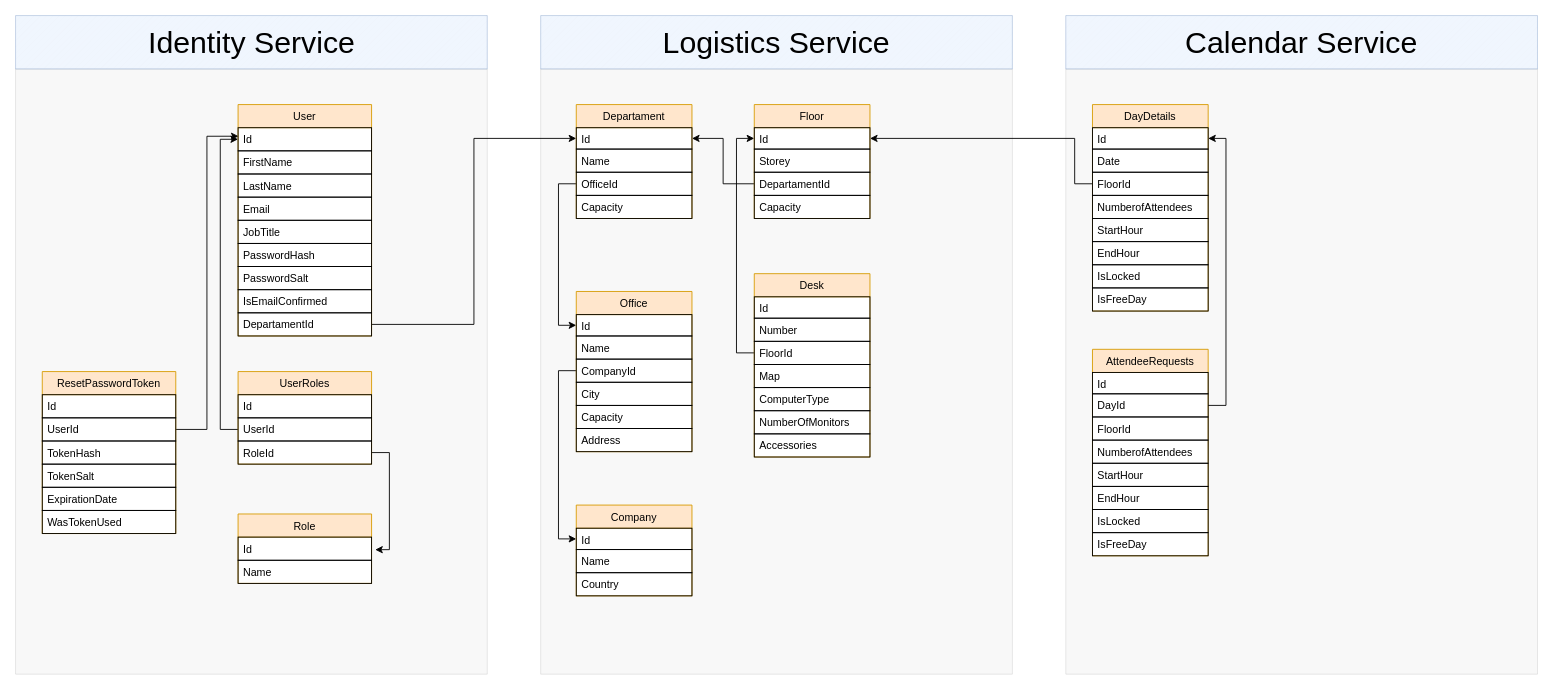
Earlier version of the draw.io diagram Koala DB.drawio (dariusmunteanu/Diagrams). Source tidied: cells renumbered, new cells numbered last; positions are measured from the earlier drawing's top-left corner, leaving out a move shared by most shapes. Both pictures are drawn from the tidied source at 89%, with x=0, y=0 at pixel (15, 15).
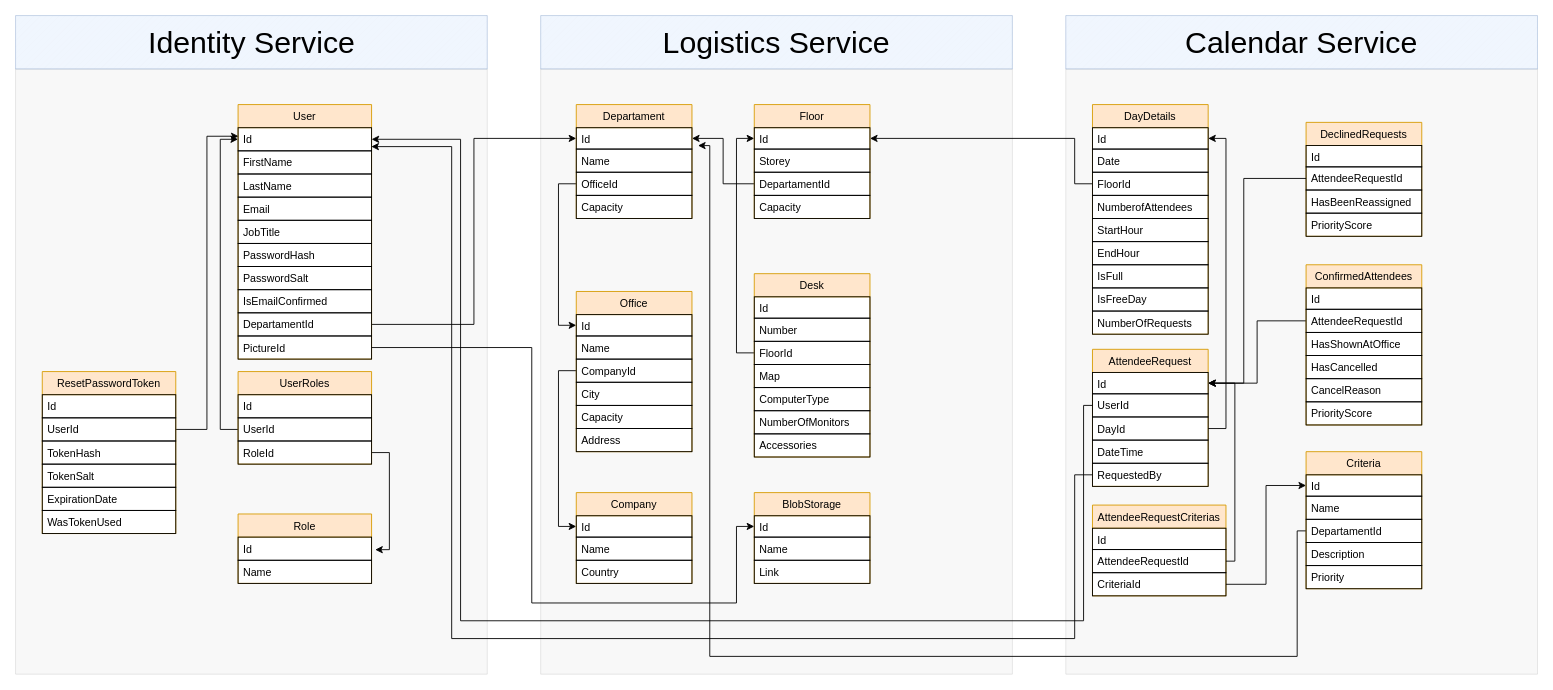
The same diagram, later.

Unchanged cells that the change refers to:
```xml
<mxCell id="21" value="Id" style="text;fillColor=none;align=left;verticalAlign=top;spacingLeft=4;spacingRight=4;overflow=hidden;points=[[0,0.5],[1,0.5]];portConstraint=eastwest;strokeColor=#000000;" parent="20" vertex="1">
  <mxGeometry y="26" width="150" height="26" as="geometry" />
</mxCell>
<mxCell id="45" value="Id" style="text;fillColor=none;align=left;verticalAlign=top;spacingLeft=4;spacingRight=4;overflow=hidden;points=[[0,0.5],[1,0.5]];portConstraint=eastwest;strokeColor=#000000;" parent="44" vertex="1">
  <mxGeometry y="26" width="130" height="24" as="geometry" />
</mxCell>
<mxCell id="61" value="Id" style="text;fillColor=none;align=left;verticalAlign=top;spacingLeft=4;spacingRight=4;overflow=hidden;points=[[0,0.5],[1,0.5]];portConstraint=eastwest;strokeColor=#000000;" parent="60" vertex="1">
  <mxGeometry y="26" width="130" height="24" as="geometry" />
</mxCell>
<mxCell id="83" value="Id" style="text;fillColor=none;align=left;verticalAlign=top;spacingLeft=4;spacingRight=4;overflow=hidden;points=[[0,0.5],[1,0.5]];portConstraint=eastwest;strokeColor=#000000;" parent="82" vertex="1">
  <mxGeometry y="26" width="130" height="24" as="geometry" />
</mxCell>
```

The edit, as a diff of the source:
```diff
@@
     <mxCell id="20" value="User" style="swimlane;fontStyle=0;horizontal=1;startSize=26;fillColor=#ffe6cc;swimlaneFillColor=#ffffff;rounded=0;strokeColor=#d79b00;" parent="1" vertex="1">
-      <mxGeometry x="250" y="100" width="150" height="260" as="geometry" />
+      <mxGeometry x="250" y="100" width="150" height="286" as="geometry" />
     </mxCell>
@@
+    <mxCell id="92" value="PictureId" style="text;fillColor=none;align=left;verticalAlign=top;spacingLeft=4;spacingRight=4;overflow=hidden;points=[[0,0.5],[1,0.5]];portConstraint=eastwest;strokeColor=#000000;" parent="20" vertex="1">
+      <mxGeometry y="260" width="150" height="26" as="geometry" />
+    </mxCell>
@@
-    <mxCell id="56" value="Company" style="swimlane;fontStyle=0;horizontal=1;startSize=26;fillColor=#ffe6cc;swimlaneFillColor=#ffffff;rounded=0;strokeColor=#d79b00;" parent="1" vertex="1">
-      <mxGeometry x="630" y="550" width="130" height="102" as="geometry" />
-    </mxCell>
-    <mxCell id="57" value="Id" style="text;fillColor=none;align=left;verticalAlign=top;spacingLeft=4;spacingRight=4;overflow=hidden;points=[[0,0.5],[1,0.5]];portConstraint=eastwest;strokeColor=#000000;" parent="56" vertex="1">
-      <mxGeometry y="26" width="130" height="24" as="geometry" />
-    </mxCell>
-    <mxCell id="58" value="Name" style="text;fillColor=none;align=left;verticalAlign=top;spacingLeft=4;spacingRight=4;overflow=hidden;strokeColor=#000000;" parent="56" vertex="1">
-      <mxGeometry y="50" width="130" height="26" as="geometry" />
-    </mxCell>
-    <mxCell id="59" value="Country" style="text;fillColor=none;align=left;verticalAlign=top;spacingLeft=4;spacingRight=4;overflow=hidden;strokeColor=#000000;" parent="56" vertex="1">
-      <mxGeometry y="76" width="130" height="26" as="geometry" />
-    </mxCell>
     <mxCell id="60" value="DayDetails" style="swimlane;fontStyle=0;horizontal=1;startSize=26;fillColor=#ffe6cc;swimlaneFillColor=#ffffff;rounded=0;strokeColor=#d79b00;" parent="1" vertex="1">
-      <mxGeometry x="1210" y="100" width="130" height="232" as="geometry" />
+      <mxGeometry x="1210" y="100" width="130" height="258" as="geometry" />
     </mxCell>
@@
-    <mxCell id="67" value="IsLocked" style="text;fillColor=none;align=left;verticalAlign=top;spacingLeft=4;spacingRight=4;overflow=hidden;strokeColor=#000000;" parent="60" vertex="1">
+    <mxCell id="67" value="IsFull" style="text;fillColor=none;align=left;verticalAlign=top;spacingLeft=4;spacingRight=4;overflow=hidden;strokeColor=#000000;" parent="60" vertex="1">
       <mxGeometry y="180" width="130" height="26" as="geometry" />
     </mxCell>
@@
+    <mxCell id="93" value="NumberOfRequests" style="text;fillColor=none;align=left;verticalAlign=top;spacingLeft=4;spacingRight=4;overflow=hidden;strokeColor=#000000;" parent="60" vertex="1">
+      <mxGeometry y="232" width="130" height="26" as="geometry" />
+    </mxCell>
@@
-    <mxCell id="82" value="AttendeeRequests" style="swimlane;fontStyle=0;horizontal=1;startSize=26;fillColor=#ffe6cc;swimlaneFillColor=#ffffff;rounded=0;strokeColor=#d79b00;" parent="1" vertex="1">
-      <mxGeometry x="1210" y="375" width="130" height="232" as="geometry" />
+    <mxCell id="82" value="AttendeeRequest" style="swimlane;fontStyle=0;horizontal=1;startSize=26;fillColor=#ffe6cc;swimlaneFillColor=#ffffff;rounded=0;strokeColor=#d79b00;" parent="1" vertex="1">
+      <mxGeometry x="1210" y="375" width="130" height="154" as="geometry" />
     </mxCell>
@@
+    <mxCell id="86" value="UserId" style="text;fillColor=none;align=left;verticalAlign=top;spacingLeft=4;spacingRight=4;overflow=hidden;points=[[0,0.5],[1,0.5]];portConstraint=eastwest;strokeColor=#000000;" parent="82" vertex="1">
+      <mxGeometry y="50" width="130" height="26" as="geometry" />
+    </mxCell>
     <mxCell id="84" value="DayId" style="text;fillColor=none;align=left;verticalAlign=top;spacingLeft=4;spacingRight=4;overflow=hidden;points=[[0,0.5],[1,0.5]];portConstraint=eastwest;strokeColor=#000000;" parent="82" vertex="1">
-      <mxGeometry y="50" width="130" height="26" as="geometry" />
+      <mxGeometry y="76" width="130" height="26" as="geometry" />
     </mxCell>
-    <mxCell id="85" value="FloorId" style="text;fillColor=none;align=left;verticalAlign=top;spacingLeft=4;spacingRight=4;overflow=hidden;strokeColor=#000000;" parent="82" vertex="1">
-      <mxGeometry y="76" width="130" height="26" as="geometry" />
+    <mxCell id="85" value="DateTime" style="text;fillColor=none;align=left;verticalAlign=top;spacingLeft=4;spacingRight=4;overflow=hidden;strokeColor=#000000;" parent="82" vertex="1">
+      <mxGeometry y="102" width="130" height="26" as="geometry" />
     </mxCell>
-    <mxCell id="86" value="NumberofAttendees" style="text;fillColor=none;align=left;verticalAlign=top;spacingLeft=4;spacingRight=4;overflow=hidden;points=[[0,0.5],[1,0.5]];portConstraint=eastwest;strokeColor=#000000;" parent="82" vertex="1">
-      <mxGeometry y="102" width="130" height="26" as="geometry" />
-    </mxCell>
-    <mxCell id="87" value="StartHour" style="text;fillColor=none;align=left;verticalAlign=top;spacingLeft=4;spacingRight=4;overflow=hidden;points=[[0,0.5],[1,0.5]];portConstraint=eastwest;strokeColor=#000000;" parent="82" vertex="1">
+    <mxCell id="87" value="RequestedBy" style="text;fillColor=none;align=left;verticalAlign=top;spacingLeft=4;spacingRight=4;overflow=hidden;points=[[0,0.5],[1,0.5]];portConstraint=eastwest;strokeColor=#000000;" parent="82" vertex="1">
       <mxGeometry y="128" width="130" height="26" as="geometry" />
     </mxCell>
-    <mxCell id="88" value="EndHour" style="text;fillColor=none;align=left;verticalAlign=top;spacingLeft=4;spacingRight=4;overflow=hidden;strokeColor=#000000;" parent="82" vertex="1">
-      <mxGeometry y="154" width="130" height="26" as="geometry" />
-    </mxCell>
-    <mxCell id="89" value="IsLocked" style="text;fillColor=none;align=left;verticalAlign=top;spacingLeft=4;spacingRight=4;overflow=hidden;strokeColor=#000000;" parent="82" vertex="1">
-      <mxGeometry y="180" width="130" height="26" as="geometry" />
-    </mxCell>
-    <mxCell id="90" value="IsFreeDay" style="text;fillColor=none;align=left;verticalAlign=top;spacingLeft=4;spacingRight=4;overflow=hidden;strokeColor=#000000;" parent="82" vertex="1">
-      <mxGeometry y="206" width="130" height="26" as="geometry" />
-    </mxCell>
     <mxCell id="91" style="edgeStyle=orthogonalEdgeStyle;rounded=0;jettySize=auto;html=1;entryX=1;entryY=0.5;entryDx=0;entryDy=0;fontSize=34;" parent="1" edge="1" source="84" target="61">
       <mxGeometry relative="1" as="geometry">
         <Array as="points">
-          <mxPoint x="1360" y="438" />
+          <mxPoint x="1360" y="464" />
           <mxPoint x="1360" y="138" />
         </Array>
       </mxGeometry>
     </mxCell>
+    <mxCell id="94" style="edgeStyle=orthogonalEdgeStyle;rounded=0;jettySize=auto;html=1;entryX=1;entryY=0.5;entryDx=0;entryDy=0;fontSize=34;" parent="1" edge="1" source="86" target="21">
+      <mxGeometry relative="1" as="geometry">
+        <Array as="points">
+          <mxPoint x="1200" y="438" />
+          <mxPoint x="1200" y="680" />
+          <mxPoint x="500" y="680" />
+          <mxPoint x="500" y="139" />
+        </Array>
+      </mxGeometry>
+    </mxCell>
+    <mxCell id="95" style="edgeStyle=orthogonalEdgeStyle;rounded=0;jettySize=auto;html=1;entryX=0.998;entryY=0.817;entryDx=0;entryDy=0;entryPerimeter=0;fontSize=34;" parent="1" edge="1" source="87" target="21">
+      <mxGeometry relative="1" as="geometry">
+        <Array as="points">
+          <mxPoint x="1190" y="516" />
+          <mxPoint x="1190" y="700" />
+          <mxPoint x="490" y="700" />
+          <mxPoint x="490" y="147" />
+        </Array>
+      </mxGeometry>
+    </mxCell>
+    <mxCell id="96" value="AttendeeRequestCriterias" style="swimlane;fontStyle=0;horizontal=1;startSize=26;fillColor=#ffe6cc;swimlaneFillColor=#ffffff;rounded=0;strokeColor=#d79b00;" parent="1" vertex="1">
+      <mxGeometry x="1210" y="550" width="150" height="102" as="geometry" />
+    </mxCell>
+    <mxCell id="97" value="Id" style="text;fillColor=none;align=left;verticalAlign=top;spacingLeft=4;spacingRight=4;overflow=hidden;strokeColor=#000000;" parent="96" vertex="1">
+      <mxGeometry y="26" width="150" height="24" as="geometry" />
+    </mxCell>
+    <mxCell id="98" value="AttendeeRequestId" style="text;fillColor=none;align=left;verticalAlign=top;spacingLeft=4;spacingRight=4;overflow=hidden;points=[[0,0.5],[1,0.5]];portConstraint=eastwest;strokeColor=#000000;" parent="96" vertex="1">
+      <mxGeometry y="50" width="150" height="26" as="geometry" />
+    </mxCell>
+    <mxCell id="99" value="CriteriaId" style="text;fillColor=none;align=left;verticalAlign=top;spacingLeft=4;spacingRight=4;overflow=hidden;points=[[0,0.5],[1,0.5]];portConstraint=eastwest;strokeColor=#000000;" parent="96" vertex="1">
+      <mxGeometry y="76" width="150" height="26" as="geometry" />
+    </mxCell>
+    <mxCell id="100" style="edgeStyle=orthogonalEdgeStyle;rounded=0;jettySize=auto;html=1;entryX=1.052;entryY=0.836;entryDx=0;entryDy=0;entryPerimeter=0;fontSize=34;" parent="1" edge="1" source="106" target="45">
+      <mxGeometry relative="1" as="geometry">
+        <Array as="points">
+          <mxPoint x="1440" y="579" />
+          <mxPoint x="1440" y="720" />
+          <mxPoint x="780" y="720" />
+          <mxPoint x="780" y="146" />
+        </Array>
+      </mxGeometry>
+    </mxCell>
+    <mxCell id="101" style="edgeStyle=orthogonalEdgeStyle;rounded=0;jettySize=auto;html=1;entryX=1;entryY=0.5;entryDx=0;entryDy=0;fontSize=34;" parent="1" edge="1" source="98" target="83">
+      <mxGeometry relative="1" as="geometry">
+        <Array as="points">
+          <mxPoint x="1370" y="613" />
+          <mxPoint x="1370" y="413" />
+        </Array>
+      </mxGeometry>
+    </mxCell>
+    <mxCell id="102" style="edgeStyle=orthogonalEdgeStyle;rounded=0;jettySize=auto;html=1;entryX=0;entryY=0.5;entryDx=0;entryDy=0;fontSize=34;" parent="1" edge="1" source="99" target="104">
+      <mxGeometry relative="1" as="geometry" />
+    </mxCell>
+    <mxCell id="103" value="Criteria" style="swimlane;fontStyle=0;horizontal=1;startSize=26;fillColor=#ffe6cc;swimlaneFillColor=#ffffff;rounded=0;strokeColor=#d79b00;" parent="1" vertex="1">
+      <mxGeometry x="1450" y="490" width="130" height="154" as="geometry" />
+    </mxCell>
+    <mxCell id="104" value="Id" style="text;fillColor=none;align=left;verticalAlign=top;spacingLeft=4;spacingRight=4;overflow=hidden;points=[[0,0.5],[1,0.5]];portConstraint=eastwest;strokeColor=#000000;" parent="103" vertex="1">
+      <mxGeometry y="26" width="130" height="24" as="geometry" />
+    </mxCell>
+    <mxCell id="105" value="Name" style="text;fillColor=none;align=left;verticalAlign=top;spacingLeft=4;spacingRight=4;overflow=hidden;strokeColor=#000000;" parent="103" vertex="1">
+      <mxGeometry y="50" width="130" height="26" as="geometry" />
+    </mxCell>
+    <mxCell id="106" value="DepartamentId" style="text;fillColor=none;align=left;verticalAlign=top;spacingLeft=4;spacingRight=4;overflow=hidden;points=[[0,0.5],[1,0.5]];portConstraint=eastwest;strokeColor=#000000;" parent="103" vertex="1">
+      <mxGeometry y="76" width="130" height="26" as="geometry" />
+    </mxCell>
+    <mxCell id="107" value="Description" style="text;fillColor=none;align=left;verticalAlign=top;spacingLeft=4;spacingRight=4;overflow=hidden;strokeColor=#000000;" parent="103" vertex="1">
+      <mxGeometry y="102" width="130" height="26" as="geometry" />
+    </mxCell>
+    <mxCell id="108" value="Priority" style="text;fillColor=none;align=left;verticalAlign=top;spacingLeft=4;spacingRight=4;overflow=hidden;strokeColor=#000000;" parent="103" vertex="1">
+      <mxGeometry y="128" width="130" height="26" as="geometry" />
+    </mxCell>
+    <mxCell id="109" value="BlobStorage" style="swimlane;fontStyle=0;horizontal=1;startSize=26;fillColor=#ffe6cc;swimlaneFillColor=#ffffff;rounded=0;strokeColor=#d79b00;" parent="1" vertex="1">
+      <mxGeometry x="830" y="536" width="130" height="102" as="geometry" />
+    </mxCell>
+    <mxCell id="110" value="Id" style="text;fillColor=none;align=left;verticalAlign=top;spacingLeft=4;spacingRight=4;overflow=hidden;points=[[0,0.5],[1,0.5]];portConstraint=eastwest;strokeColor=#000000;" parent="109" vertex="1">
+      <mxGeometry y="26" width="130" height="24" as="geometry" />
+    </mxCell>
+    <mxCell id="111" value="Name" style="text;fillColor=none;align=left;verticalAlign=top;spacingLeft=4;spacingRight=4;overflow=hidden;strokeColor=#000000;" parent="109" vertex="1">
+      <mxGeometry y="50" width="130" height="26" as="geometry" />
+    </mxCell>
+    <mxCell id="112" value="Link" style="text;fillColor=none;align=left;verticalAlign=top;spacingLeft=4;spacingRight=4;overflow=hidden;strokeColor=#000000;" parent="109" vertex="1">
+      <mxGeometry y="76" width="130" height="26" as="geometry" />
+    </mxCell>
+    <mxCell id="56" value="Company" style="swimlane;fontStyle=0;horizontal=1;startSize=26;fillColor=#ffe6cc;swimlaneFillColor=#ffffff;rounded=0;strokeColor=#d79b00;" parent="1" vertex="1">
+      <mxGeometry x="630" y="536" width="130" height="102" as="geometry" />
+    </mxCell>
+    <mxCell id="57" value="Id" style="text;fillColor=none;align=left;verticalAlign=top;spacingLeft=4;spacingRight=4;overflow=hidden;points=[[0,0.5],[1,0.5]];portConstraint=eastwest;strokeColor=#000000;" parent="56" vertex="1">
+      <mxGeometry y="26" width="130" height="24" as="geometry" />
+    </mxCell>
+    <mxCell id="58" value="Name" style="text;fillColor=none;align=left;verticalAlign=top;spacingLeft=4;spacingRight=4;overflow=hidden;strokeColor=#000000;" parent="56" vertex="1">
+      <mxGeometry y="50" width="130" height="26" as="geometry" />
+    </mxCell>
+    <mxCell id="59" value="Country" style="text;fillColor=none;align=left;verticalAlign=top;spacingLeft=4;spacingRight=4;overflow=hidden;strokeColor=#000000;" parent="56" vertex="1">
+      <mxGeometry y="76" width="130" height="26" as="geometry" />
+    </mxCell>
+    <mxCell id="113" style="edgeStyle=orthogonalEdgeStyle;rounded=0;jettySize=auto;html=1;exitX=1;exitY=0.5;exitDx=0;exitDy=0;entryX=0;entryY=0.5;entryDx=0;entryDy=0;fontSize=34;" parent="1" edge="1" source="92" target="110">
+      <mxGeometry relative="1" as="geometry">
+        <Array as="points">
+          <mxPoint x="580" y="373" />
+          <mxPoint x="580" y="660" />
+          <mxPoint x="810" y="660" />
+          <mxPoint x="810" y="574" />
+        </Array>
+      </mxGeometry>
+    </mxCell>
+    <mxCell id="114" style="edgeStyle=orthogonalEdgeStyle;rounded=0;jettySize=auto;html=1;exitX=0;exitY=0.5;exitDx=0;exitDy=0;entryX=1;entryY=0.5;entryDx=0;entryDy=0;fontSize=34;" parent="1" edge="1" source="117" target="83">
+      <mxGeometry relative="1" as="geometry" />
+    </mxCell>
+    <mxCell id="115" value="ConfirmedAttendees" style="swimlane;fontStyle=0;horizontal=1;startSize=26;fillColor=#ffe6cc;swimlaneFillColor=#ffffff;rounded=0;strokeColor=#d79b00;" parent="1" vertex="1">
+      <mxGeometry x="1450" y="280" width="130" height="180" as="geometry" />
+    </mxCell>
+    <mxCell id="116" value="Id" style="text;fillColor=none;align=left;verticalAlign=top;spacingLeft=4;spacingRight=4;overflow=hidden;strokeColor=#000000;" parent="115" vertex="1">
+      <mxGeometry y="26" width="130" height="24" as="geometry" />
+    </mxCell>
+    <mxCell id="117" value="AttendeeRequestId" style="text;fillColor=none;align=left;verticalAlign=top;spacingLeft=4;spacingRight=4;overflow=hidden;points=[[0,0.5],[1,0.5]];portConstraint=eastwest;strokeColor=#000000;" parent="115" vertex="1">
+      <mxGeometry y="50" width="130" height="26" as="geometry" />
+    </mxCell>
+    <mxCell id="118" value="HasShownAtOffice" style="text;fillColor=none;align=left;verticalAlign=top;spacingLeft=4;spacingRight=4;overflow=hidden;strokeColor=#000000;" parent="115" vertex="1">
+      <mxGeometry y="76" width="130" height="26" as="geometry" />
+    </mxCell>
+    <mxCell id="119" value="HasCancelled" style="text;fillColor=none;align=left;verticalAlign=top;spacingLeft=4;spacingRight=4;overflow=hidden;strokeColor=#000000;" parent="115" vertex="1">
+      <mxGeometry y="102" width="130" height="26" as="geometry" />
+    </mxCell>
+    <mxCell id="120" value="CancelReason" style="text;fillColor=none;align=left;verticalAlign=top;spacingLeft=4;spacingRight=4;overflow=hidden;strokeColor=#000000;" parent="115" vertex="1">
+      <mxGeometry y="128" width="130" height="26" as="geometry" />
+    </mxCell>
+    <mxCell id="121" value="PriorityScore" style="text;fillColor=none;align=left;verticalAlign=top;spacingLeft=4;spacingRight=4;overflow=hidden;strokeColor=#000000;" parent="115" vertex="1">
+      <mxGeometry y="154" width="130" height="26" as="geometry" />
+    </mxCell>
+    <mxCell id="122" value="DeclinedRequests" style="swimlane;fontStyle=0;horizontal=1;startSize=26;fillColor=#ffe6cc;swimlaneFillColor=#ffffff;rounded=0;strokeColor=#d79b00;" parent="1" vertex="1">
+      <mxGeometry x="1450" y="120" width="130" height="128" as="geometry" />
+    </mxCell>
+    <mxCell id="123" value="Id" style="text;fillColor=none;align=left;verticalAlign=top;spacingLeft=4;spacingRight=4;overflow=hidden;strokeColor=#000000;" parent="122" vertex="1">
+      <mxGeometry y="26" width="130" height="24" as="geometry" />
+    </mxCell>
+    <mxCell id="124" value="AttendeeRequestId" style="text;fillColor=none;align=left;verticalAlign=top;spacingLeft=4;spacingRight=4;overflow=hidden;points=[[0,0.5],[1,0.5]];portConstraint=eastwest;strokeColor=#000000;" parent="122" vertex="1">
+      <mxGeometry y="50" width="130" height="26" as="geometry" />
+    </mxCell>
+    <mxCell id="125" value="HasBeenReassigned" style="text;fillColor=none;align=left;verticalAlign=top;spacingLeft=4;spacingRight=4;overflow=hidden;strokeColor=#000000;" parent="122" vertex="1">
+      <mxGeometry y="76" width="130" height="26" as="geometry" />
+    </mxCell>
+    <mxCell id="126" value="PriorityScore" style="text;fillColor=none;align=left;verticalAlign=top;spacingLeft=4;spacingRight=4;overflow=hidden;strokeColor=#000000;" parent="122" vertex="1">
+      <mxGeometry y="102" width="130" height="26" as="geometry" />
+    </mxCell>
+    <mxCell id="127" style="edgeStyle=orthogonalEdgeStyle;rounded=0;jettySize=auto;html=1;entryX=1;entryY=0.5;entryDx=0;entryDy=0;fontSize=34;" parent="1" edge="1" source="124" target="83">
+      <mxGeometry relative="1" as="geometry">
+        <Array as="points">
+          <mxPoint x="1380" y="183" />
+          <mxPoint x="1380" y="413" />
+        </Array>
+      </mxGeometry>
+    </mxCell>
```
